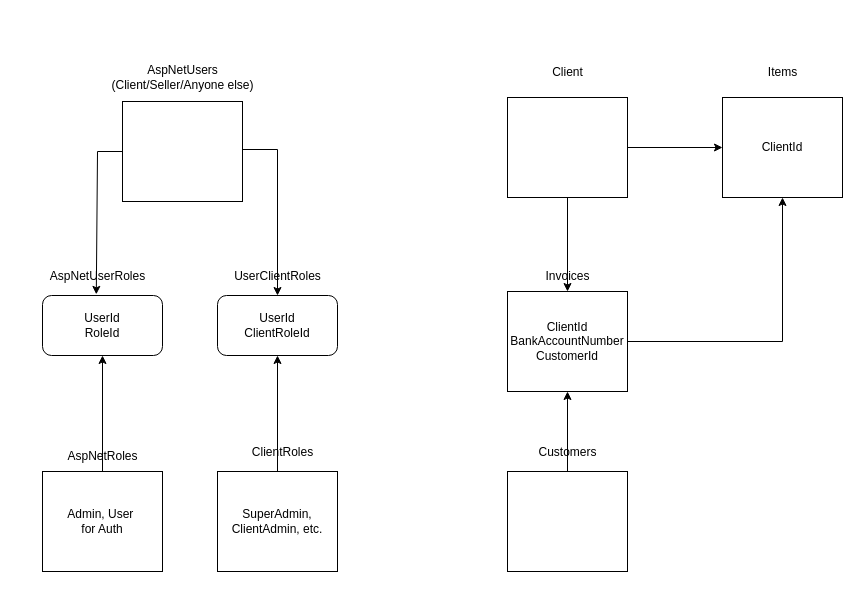
Above: CSharpInDepth/Infrastructure/ReportHub.drawio in abbosbeck/CSharpInDepth (draw.io), before the change. Source tidied: cells renumbered, new cells numbered last; positions are measured from the earlier drawing's top-left corner, leaving out a move shared by most shapes. Both pictures are drawn from the tidied source at 100%, with x=0, y=0 at pixel (37, 57).
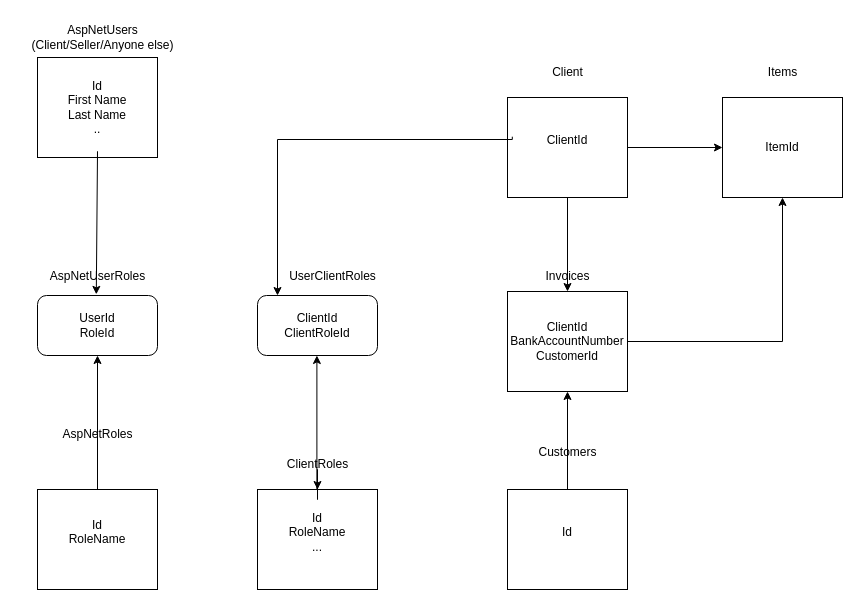
Above is the later version.

The change refers to these unchanged cells:
```xml
<mxCell id="13" value="AspNetUserRoles" style="text;html=1;align=center;verticalAlign=middle;points=[];strokeColor=none;fillColor=none;" parent="1" vertex="1">
  <mxGeometry y="204" width="120" height="30" as="geometry" />
</mxCell>
```

What changed in the source:
```diff
@@
-    <mxCell id="2" style="rounded=0;whiteSpace=wrap;html=1;" parent="1" vertex="1">
-      <mxGeometry x="85" y="44" width="120" height="100" as="geometry" />
+    <mxCell id="2" value="Id&lt;div&gt;First Name&lt;/div&gt;&lt;div&gt;Last Name&lt;/div&gt;&lt;div&gt;..&lt;/div&gt;" style="rounded=0;whiteSpace=wrap;html=1;" parent="1" vertex="1">
+      <mxGeometry width="120" height="100" as="geometry" />
     </mxCell>
     <mxCell id="3" value="AspNetUsers&lt;div&gt;(Client/Seller/Anyone else)&lt;/div&gt;" style="text;html=1;align=center;verticalAlign=middle;strokeColor=none;fillColor=none;" parent="1" vertex="1">
-      <mxGeometry x="60" width="170" height="40" as="geometry" />
+      <mxGeometry x="-20" y="-40" width="170" height="40" as="geometry" />
     </mxCell>
     <mxCell id="4" value="UserId&lt;div&gt;RoleId&lt;/div&gt;" style="rounded=1;whiteSpace=wrap;html=1;" parent="1" vertex="1">
-      <mxGeometry x="5" y="238" width="120" height="60" as="geometry" />
+      <mxGeometry y="238" width="120" height="60" as="geometry" />
     </mxCell>
@@
-    <mxCell id="6" style="endArrow=classic;html=1;rounded=0;exitX=0;exitY=0.5;exitDx=0;exitDy=0;entryX=0.49;entryY=1.095;entryDx=0;entryDy=0;entryPerimeter=0;" parent="1" edge="1" source="2" target="13">
+    <mxCell id="6" style="endArrow=classic;html=1;rounded=0;entryX=0.49;entryY=1.095;entryDx=0;entryDy=0;entryPerimeter=0;" parent="1" edge="1" target="13">
       <mxGeometry relative="1" as="geometry">
+        <mxPoint x="60" y="102" as="sourcePoint" />
         <Array as="points">
           <mxPoint x="60" y="94" />
         </Array>
       </mxGeometry>
     </mxCell>
@@
-    <mxCell id="10" value="ClientId" style="rounded=0;whiteSpace=wrap;html=1;" parent="1" vertex="1">
+    <mxCell id="10" value="ItemId" style="rounded=0;whiteSpace=wrap;html=1;" parent="1" vertex="1">
       <mxGeometry x="685" y="40" width="120" height="100" as="geometry" />
     </mxCell>
@@
-    <mxCell id="14" value="Admin, User&amp;nbsp;&lt;div&gt;for Auth&lt;/div&gt;" style="rounded=0;whiteSpace=wrap;html=1;" parent="1" vertex="1">
-      <mxGeometry x="5" y="414" width="120" height="100" as="geometry" />
+    <mxCell id="14" value="Id&lt;div&gt;RoleName&lt;/div&gt;&lt;div&gt;&lt;br&gt;&lt;/div&gt;" style="rounded=0;whiteSpace=wrap;html=1;" parent="1" vertex="1">
+      <mxGeometry y="432" width="120" height="100" as="geometry" />
     </mxCell>
     <mxCell id="15" value="AspNetRoles" style="text;html=1;align=center;verticalAlign=middle;strokeColor=none;fillColor=none;" parent="1" vertex="1">
-      <mxGeometry x="20" y="384" width="90" height="30" as="geometry" />
+      <mxGeometry x="15" y="362" width="90" height="30" as="geometry" />
     </mxCell>
-    <mxCell id="16" style="rounded=0;whiteSpace=wrap;html=1;" parent="1" vertex="1">
+    <mxCell id="16" value="ClientId&lt;div&gt;&lt;br&gt;&lt;/div&gt;" style="rounded=0;whiteSpace=wrap;html=1;" parent="1" vertex="1">
       <mxGeometry x="470" y="40" width="120" height="100" as="geometry" />
     </mxCell>
@@
-    <mxCell id="20" style="rounded=0;whiteSpace=wrap;html=1;" parent="1" vertex="1">
-      <mxGeometry x="470" y="414" width="120" height="100" as="geometry" />
+    <mxCell id="20" value="Id&lt;div&gt;&lt;br&gt;&lt;/div&gt;" style="rounded=0;whiteSpace=wrap;html=1;" parent="1" vertex="1">
+      <mxGeometry x="470" y="432" width="120" height="100" as="geometry" />
     </mxCell>
@@
-    <mxCell id="23" style="edgeStyle=orthogonalEdgeStyle;rounded=0;jettySize=auto;html=1;" parent="1" edge="1" source="2" target="24">
+    <mxCell id="23" style="edgeStyle=orthogonalEdgeStyle;rounded=0;jettySize=auto;html=1;exitX=0.04;exitY=0.392;exitDx=0;exitDy=0;exitPerimeter=0;" parent="1" edge="1" source="16" target="24">
       <mxGeometry relative="1" as="geometry">
         <Array as="points">
-          <mxPoint x="130" y="92" />
-          <mxPoint x="130" y="92" />
+          <mxPoint x="475" y="82" />
+          <mxPoint x="240" y="82" />
         </Array>
       </mxGeometry>
     </mxCell>
-    <mxCell id="24" value="UserId&lt;div&gt;ClientRoleId&lt;/div&gt;" style="rounded=1;whiteSpace=wrap;html=1;" parent="1" vertex="1">
-      <mxGeometry x="180" y="238" width="120" height="60" as="geometry" />
+    <mxCell id="24" value="ClientId&lt;div&gt;ClientRoleId&lt;/div&gt;" style="rounded=1;whiteSpace=wrap;html=1;" parent="1" vertex="1">
+      <mxGeometry x="220" y="238" width="120" height="60" as="geometry" />
     </mxCell>
-    <mxCell id="25" style="endArrow=classic;html=1;rounded=0;exitX=0.5;exitY=0;exitDx=0;exitDy=0;entryX=0.5;entryY=1;entryDx=0;entryDy=0;" parent="1" edge="1" source="26" target="24">
-      <mxGeometry relative="1" as="geometry" />
+    <mxCell id="25" style="endArrow=classic;html=1;rounded=0;entryX=0.5;entryY=1;entryDx=0;entryDy=0;" parent="1" edge="1">
+      <mxGeometry relative="1" as="geometry">
+        <mxPoint x="279.4" y="432" as="sourcePoint" />
+        <mxPoint x="279.4" y="298" as="targetPoint" />
+      </mxGeometry>
     </mxCell>
-    <mxCell id="26" value="SuperAdmin, ClientAdmin, etc." style="rounded=0;whiteSpace=wrap;html=1;" parent="1" vertex="1">
-      <mxGeometry x="180" y="414" width="120" height="100" as="geometry" />
-    </mxCell>
     <mxCell id="27" value="UserClientRoles" style="text;html=1;align=center;verticalAlign=middle;strokeColor=none;fillColor=none;" parent="1" vertex="1">
-      <mxGeometry x="185" y="204" width="110" height="30" as="geometry" />
+      <mxGeometry x="240" y="204" width="110" height="30" as="geometry" />
     </mxCell>
+    <mxCell id="29" style="endArrow=classic;html=1;rounded=0;entryX=0.5;entryY=1;entryDx=0;entryDy=0;" parent="1" edge="1" target="30">
+      <mxGeometry relative="1" as="geometry">
+        <mxPoint x="290" y="442" as="sourcePoint" />
+        <Array as="points">
+          <mxPoint x="330" y="442" />
+          <mxPoint x="270" y="442" />
+        </Array>
+      </mxGeometry>
+    </mxCell>
+    <mxCell id="30" value="Id&lt;div&gt;RoleName&lt;/div&gt;&lt;div&gt;...&lt;/div&gt;&lt;div&gt;&lt;br&gt;&lt;/div&gt;" style="rounded=0;whiteSpace=wrap;html=1;" parent="1" vertex="1">
+      <mxGeometry x="220" y="432" width="120" height="100" as="geometry" />
+    </mxCell>
+    <mxCell id="31" style="edgeStyle=orthogonalEdgeStyle;rounded=0;jettySize=auto;html=1;" parent="1" edge="1" source="28" target="30">
+      <mxGeometry relative="1" as="geometry" />
+    </mxCell>
     <mxCell id="28" value="ClientRoles" style="text;html=1;align=center;verticalAlign=middle;points=[];strokeColor=none;fillColor=none;" parent="1" vertex="1">
-      <mxGeometry x="205" y="380" width="80" height="30" as="geometry" />
+      <mxGeometry x="240" y="392" width="80" height="30" as="geometry" />
     </mxCell>
```
